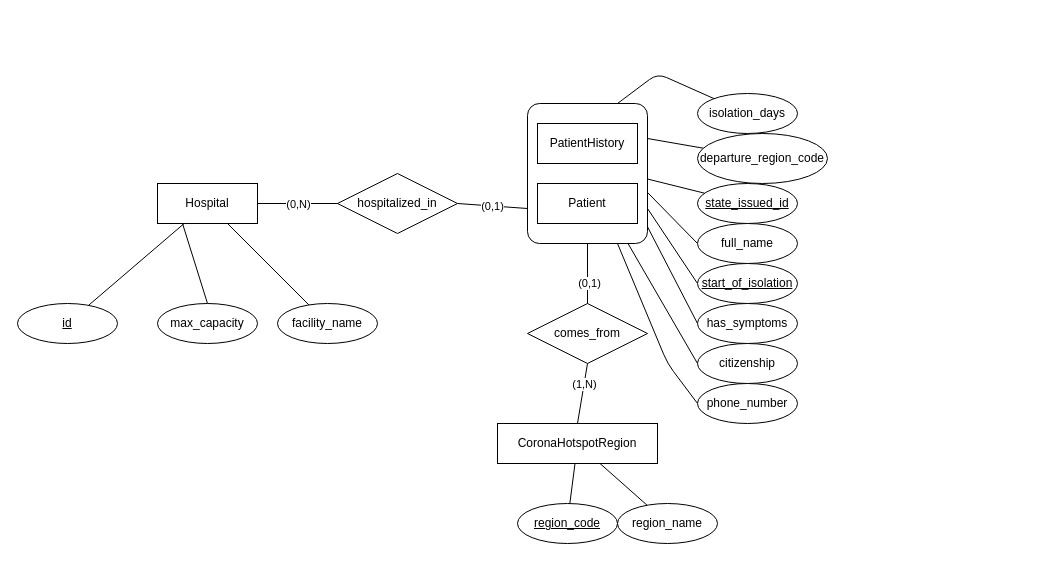
draganovik/CoronaIS keeps this draw.io diagram as docs/diagram-eer.drawio. Above is the earlier version. Source tidied: cells renumbered, new cells numbered last; positions are measured from the earlier drawing's top-left corner, leaving out a move shared by most shapes. Both pictures are drawn from the tidied source at 100%, with x=0, y=0 at pixel (17, 73).
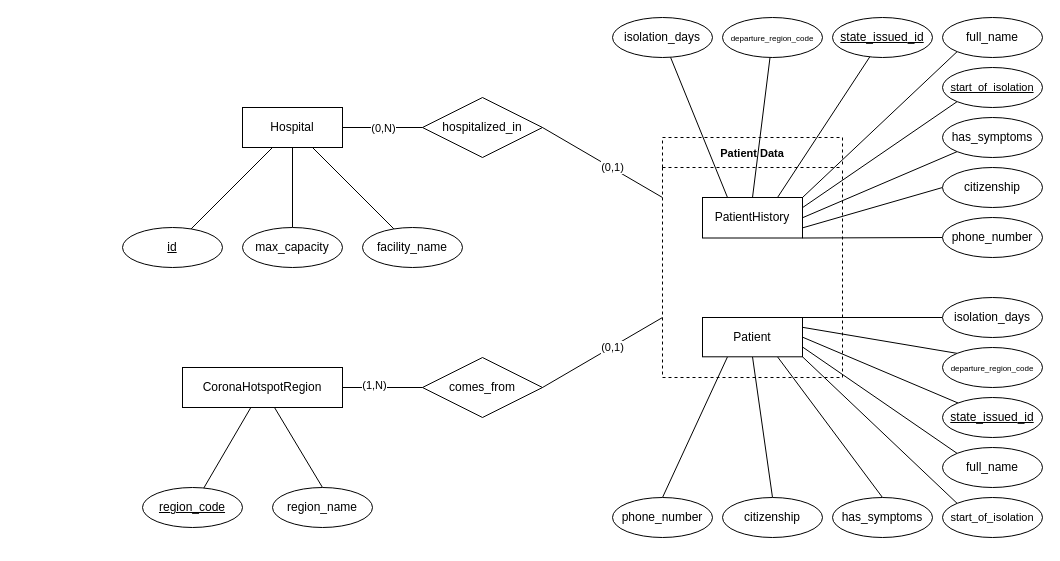
The same page after the edit.

Commit message (it also covers changes not shown here):
✏️ Cleaned up diagrams

Unchanged cells that the change refers to:
```xml
<mxCell id="5" style="endArrow=none;html=1;rounded=0;exitX=1;exitY=0.5;exitDx=0;exitDy=0;entryX=0;entryY=0.5;entryDx=0;entryDy=0;" parent="1" edge="1" source="3" target="4">
  <mxGeometry relative="1" as="geometry" />
</mxCell>
```

What changed in the source:
```diff
@@
-    <mxCell id="2" value="CoronaHotspotRegion" style="whiteSpace=wrap;html=1;align=center;" parent="1" vertex="1">
-      <mxGeometry x="480" y="350" width="160" height="40" as="geometry" />
+    <mxCell id="2" value="CoronaHotspotRegion" style="whiteSpace=wrap;html=1;align=center;rounded=0;" parent="1" vertex="1">
+      <mxGeometry x="165" y="294" width="160" height="40" as="geometry" />
     </mxCell>
-    <mxCell id="3" value="Hospital" style="whiteSpace=wrap;html=1;align=center;" parent="1" vertex="1">
-      <mxGeometry x="140" y="110" width="100" height="40" as="geometry" />
+    <mxCell id="3" value="Hospital" style="whiteSpace=wrap;html=1;align=center;rounded=0;" parent="1" vertex="1">
+      <mxGeometry x="225" y="34" width="100" height="40" as="geometry" />
     </mxCell>
-    <mxCell id="4" value="hospitalized_in" style="shape=rhombus;perimeter=rhombusPerimeter;whiteSpace=wrap;html=1;align=center;" parent="1" vertex="1">
-      <mxGeometry x="320" y="100" width="120" height="60" as="geometry" />
+    <mxCell id="4" value="hospitalized_in" style="shape=rhombus;perimeter=rhombusPerimeter;whiteSpace=wrap;html=1;align=center;rounded=0;" parent="1" vertex="1">
+      <mxGeometry x="405" y="24" width="120" height="60" as="geometry" />
     </mxCell>
@@
-    <mxCell id="6" value="(0,N)" style="edgeLabel;html=1;align=center;verticalAlign=middle;" parent="5" vertex="1">
+    <mxCell id="6" value="(0,N)" style="edgeLabel;html=1;align=center;verticalAlign=middle;rounded=0;" parent="5" vertex="1">
       <mxGeometry x="0.21" y="2" relative="1" as="geometry">
         <mxPoint x="-8" y="2" as="offset" />
       </mxGeometry>
     </mxCell>
-    <mxCell id="7" style="endArrow=none;html=1;rounded=0;exitX=1;exitY=0.5;exitDx=0;exitDy=0;entryX=0;entryY=0.75;entryDx=0;entryDy=0;" parent="1" edge="1" source="4" target="27">
+    <mxCell id="7" style="endArrow=none;html=1;rounded=0;exitX=1;exitY=0.5;exitDx=0;exitDy=0;entryX=0;entryY=0.25;entryDx=0;entryDy=0;" parent="1" edge="1" source="4" target="45">
       <mxGeometry relative="1" as="geometry" />
     </mxCell>
-    <mxCell id="8" value="(0,1)" style="edgeLabel;html=1;align=center;verticalAlign=middle;" parent="7" vertex="1">
+    <mxCell id="8" value="(0,1)" style="edgeLabel;html=1;align=center;verticalAlign=middle;rounded=0;" parent="7" vertex="1">
       <mxGeometry x="0.21" y="2" relative="1" as="geometry">
-        <mxPoint x="-8" y="2" as="offset" />
+        <mxPoint x="-4" y="-1" as="offset" />
       </mxGeometry>
     </mxCell>
-    <mxCell id="9" value="comes_from" style="shape=rhombus;perimeter=rhombusPerimeter;whiteSpace=wrap;html=1;align=center;" parent="1" vertex="1">
-      <mxGeometry x="510" y="230" width="120" height="60" as="geometry" />
+    <mxCell id="9" value="comes_from" style="shape=rhombus;perimeter=rhombusPerimeter;whiteSpace=wrap;html=1;align=center;rounded=0;" parent="1" vertex="1">
+      <mxGeometry x="405" y="284" width="120" height="60" as="geometry" />
     </mxCell>
-    <mxCell id="10" style="endArrow=none;html=1;rounded=0;entryX=0.5;entryY=1;entryDx=0;entryDy=0;exitX=0.5;exitY=0;exitDx=0;exitDy=0;" parent="1" edge="1" source="9" target="27">
+    <mxCell id="10" style="endArrow=none;html=1;rounded=0;entryX=0;entryY=0.75;entryDx=0;entryDy=0;exitX=1;exitY=0.5;exitDx=0;exitDy=0;" parent="1" edge="1" source="9" target="45">
       <mxGeometry relative="1" as="geometry" />
     </mxCell>
-    <mxCell id="11" value="(0,1)" style="edgeLabel;html=1;align=center;verticalAlign=middle;" parent="10" vertex="1">
-      <mxGeometry x="-0.31" y="-1" relative="1" as="geometry" />
+    <mxCell id="11" value="(0,1)" style="edgeLabel;html=1;align=center;verticalAlign=middle;rounded=0;" parent="10" vertex="1">
+      <mxGeometry x="-0.31" y="-1" relative="1" as="geometry">
+        <mxPoint x="28" y="-17" as="offset" />
+      </mxGeometry>
     </mxCell>
-    <mxCell id="12" style="endArrow=none;html=1;rounded=0;entryX=0.5;entryY=1;entryDx=0;entryDy=0;exitX=0.5;exitY=0;exitDx=0;exitDy=0;" parent="1" edge="1" source="2" target="9">
+    <mxCell id="12" style="endArrow=none;html=1;rounded=0;entryX=0;entryY=0.5;entryDx=0;entryDy=0;exitX=1;exitY=0.5;exitDx=0;exitDy=0;" parent="1" edge="1" source="2" target="9">
       <mxGeometry relative="1" as="geometry" />
     </mxCell>
-    <mxCell id="13" value="(1,N)" style="edgeLabel;html=1;align=center;verticalAlign=middle;" parent="12" vertex="1">
-      <mxGeometry x="0.3" relative="1" as="geometry" />
+    <mxCell id="13" value="(1,N)" style="edgeLabel;html=1;align=center;verticalAlign=middle;rounded=0;" parent="12" vertex="1">
+      <mxGeometry x="0.3" relative="1" as="geometry">
+        <mxPoint x="-21" y="-3" as="offset" />
+      </mxGeometry>
     </mxCell>
-    <mxCell id="14" style="edgeStyle=none;html=1;exitX=0.5;exitY=0;exitDx=0;exitDy=0;entryX=0.25;entryY=1;entryDx=0;entryDy=0;endArrow=none;endFill=0;" parent="1" edge="1" source="15" target="3">
+    <mxCell id="14" style="edgeStyle=none;html=1;exitX=0.5;exitY=0;exitDx=0;exitDy=0;entryX=0.5;entryY=1;entryDx=0;entryDy=0;endArrow=none;endFill=0;rounded=0;" parent="1" edge="1" source="15" target="3">
       <mxGeometry relative="1" as="geometry" />
     </mxCell>
-    <mxCell id="15" value="max_capacity" style="ellipse;whiteSpace=wrap;html=1;align=center;" parent="1" vertex="1">
-      <mxGeometry x="140" y="230" width="100" height="40" as="geometry" />
+    <mxCell id="15" value="max_capacity" style="ellipse;whiteSpace=wrap;html=1;align=center;rounded=0;" parent="1" vertex="1">
+      <mxGeometry x="225" y="154" width="100" height="40" as="geometry" />
     </mxCell>
-    <mxCell id="16" style="edgeStyle=none;html=1;endArrow=none;endFill=0;entryX=0.998;entryY=0.539;entryDx=0;entryDy=0;entryPerimeter=0;" parent="1" edge="1" source="17" target="27">
+    <mxCell id="16" style="edgeStyle=none;html=1;endArrow=none;endFill=0;entryX=1;entryY=0.5;entryDx=0;entryDy=0;rounded=0;" parent="1" edge="1" source="17" target="28">
       <mxGeometry relative="1" as="geometry" />
     </mxCell>
-    <mxCell id="17" value="&lt;u&gt;state_&lt;/u&gt;&lt;u&gt;issued&lt;/u&gt;&lt;u&gt;_id&lt;/u&gt;" style="ellipse;whiteSpace=wrap;html=1;align=center;" parent="1" vertex="1">
-      <mxGeometry x="680" y="110" width="100" height="40" as="geometry" />
+    <mxCell id="17" value="&lt;u&gt;state_&lt;/u&gt;&lt;u&gt;issued&lt;/u&gt;&lt;u&gt;_id&lt;/u&gt;" style="ellipse;whiteSpace=wrap;html=1;align=center;rounded=0;" parent="1" vertex="1">
+      <mxGeometry x="925" y="324" width="100" height="40" as="geometry" />
     </mxCell>
-    <mxCell id="18" style="edgeStyle=none;html=1;endArrow=none;endFill=0;entryX=1.003;entryY=0.638;entryDx=0;entryDy=0;exitX=0;exitY=0.5;exitDx=0;exitDy=0;entryPerimeter=0;" parent="1" edge="1" source="19" target="27">
+    <mxCell id="18" style="edgeStyle=none;html=1;endArrow=none;endFill=0;entryX=1;entryY=0.75;entryDx=0;entryDy=0;exitX=0;exitY=0;exitDx=0;exitDy=0;rounded=0;" parent="1" edge="1" source="19" target="28">
       <mxGeometry relative="1" as="geometry" />
     </mxCell>
-    <mxCell id="19" value="full_name" style="ellipse;whiteSpace=wrap;html=1;align=center;" parent="1" vertex="1">
-      <mxGeometry x="680" y="150" width="100" height="40" as="geometry" />
+    <mxCell id="19" value="full_name" style="ellipse;whiteSpace=wrap;html=1;align=center;rounded=0;" parent="1" vertex="1">
+      <mxGeometry x="925" y="374" width="100" height="40" as="geometry" />
     </mxCell>
-    <mxCell id="20" style="edgeStyle=none;html=1;entryX=1;entryY=0.75;entryDx=0;entryDy=0;endArrow=none;endFill=0;exitX=0;exitY=0.5;exitDx=0;exitDy=0;" parent="1" edge="1" source="21" target="27">
+    <mxCell id="20" style="edgeStyle=none;html=1;entryX=1;entryY=1;entryDx=0;entryDy=0;endArrow=none;endFill=0;exitX=0;exitY=0;exitDx=0;exitDy=0;rounded=0;" parent="1" edge="1" source="21" target="28">
       <mxGeometry relative="1" as="geometry" />
     </mxCell>
-    <mxCell id="21" value="&lt;u&gt;start_of_isolation&lt;/u&gt;" style="ellipse;whiteSpace=wrap;html=1;align=center;" parent="1" vertex="1">
-      <mxGeometry x="680" y="190" width="100" height="40" as="geometry" />
+    <mxCell id="21" value="&lt;font style=&quot;font-size: 11px&quot;&gt;start_of_isolation&lt;/font&gt;" style="ellipse;whiteSpace=wrap;html=1;align=center;rounded=0;" parent="1" vertex="1">
+      <mxGeometry x="925" y="424" width="100" height="40" as="geometry" />
     </mxCell>
-    <mxCell id="22" style="edgeStyle=none;html=1;endArrow=none;endFill=0;exitX=0;exitY=0.5;exitDx=0;exitDy=0;entryX=1.001;entryY=0.882;entryDx=0;entryDy=0;entryPerimeter=0;" parent="1" edge="1" source="23" target="27">
+    <mxCell id="22" style="edgeStyle=none;html=1;endArrow=none;endFill=0;exitX=0.5;exitY=0;exitDx=0;exitDy=0;entryX=0.75;entryY=1;entryDx=0;entryDy=0;rounded=0;" parent="1" edge="1" source="23" target="28">
       <mxGeometry relative="1" as="geometry" />
     </mxCell>
-    <mxCell id="23" value="has_symptoms" style="ellipse;whiteSpace=wrap;html=1;align=center;" parent="1" vertex="1">
-      <mxGeometry x="680" y="230" width="100" height="40" as="geometry" />
+    <mxCell id="23" value="has_symptoms" style="ellipse;whiteSpace=wrap;html=1;align=center;rounded=0;" parent="1" vertex="1">
+      <mxGeometry x="815" y="424" width="100" height="40" as="geometry" />
     </mxCell>
-    <mxCell id="24" style="edgeStyle=none;html=1;endArrow=none;endFill=0;exitX=0;exitY=0.5;exitDx=0;exitDy=0;" parent="1" edge="1" source="25" target="27">
+    <mxCell id="24" style="edgeStyle=none;html=1;endArrow=none;endFill=0;exitX=0.5;exitY=0;exitDx=0;exitDy=0;entryX=0.5;entryY=1;entryDx=0;entryDy=0;rounded=0;" parent="1" edge="1" source="25" target="28">
       <mxGeometry relative="1" as="geometry" />
     </mxCell>
-    <mxCell id="25" value=" citizenship" style="ellipse;whiteSpace=wrap;html=1;align=center;" parent="1" vertex="1">
-      <mxGeometry x="680" y="270" width="100" height="40" as="geometry" />
+    <mxCell id="25" value=" citizenship" style="ellipse;whiteSpace=wrap;html=1;align=center;rounded=0;" parent="1" vertex="1">
+      <mxGeometry x="705" y="424" width="100" height="40" as="geometry" />
     </mxCell>
-    <mxCell id="26" style="group;" parent="1" vertex="1">
-      <mxGeometry x="510" y="20" width="120" height="150" as="geometry" />
-    </mxCell>
-    <mxCell id="27" style="rounded=1;arcSize=10;whiteSpace=wrap;html=1;align=center;" parent="26" vertex="1">
-      <mxGeometry y="10" width="120" height="140" as="geometry" />
-    </mxCell>
-    <mxCell id="28" value="Patient" style="whiteSpace=wrap;html=1;align=center;" parent="26" vertex="1">
-      <mxGeometry x="10" y="90" width="100" height="40" as="geometry" />
-    </mxCell>
-    <mxCell id="29" value="PatientHistory" style="whiteSpace=wrap;html=1;align=center;" parent="26" vertex="1">
-      <mxGeometry x="10" y="30" width="100" height="40" as="geometry" />
-    </mxCell>
-    <mxCell id="30" style="edgeStyle=none;html=1;endArrow=none;endFill=0;entryX=1;entryY=0.25;entryDx=0;entryDy=0;" parent="1" edge="1" source="31" target="27">
+    <mxCell id="30" style="edgeStyle=none;html=1;endArrow=none;endFill=0;entryX=1;entryY=0.25;entryDx=0;entryDy=0;exitX=0;exitY=0;exitDx=0;exitDy=0;rounded=0;" parent="1" edge="1" source="31" target="28">
       <mxGeometry relative="1" as="geometry" />
     </mxCell>
-    <mxCell id="31" value="departure_region_code" style="ellipse;whiteSpace=wrap;html=1;align=center;" parent="1" vertex="1">
-      <mxGeometry x="680" y="60" width="130" height="50" as="geometry" />
+    <mxCell id="31" value="&lt;font style=&quot;font-size: 8px&quot;&gt;departure_region_code&lt;/font&gt;" style="ellipse;whiteSpace=wrap;html=1;align=center;rounded=0;" parent="1" vertex="1">
+      <mxGeometry x="925" y="274" width="100" height="40" as="geometry" />
     </mxCell>
-    <mxCell id="32" style="edgeStyle=none;html=1;endArrow=none;endFill=0;" parent="1" edge="1" source="33" target="2">
+    <mxCell id="32" style="edgeStyle=none;html=1;endArrow=none;endFill=0;rounded=0;" parent="1" edge="1" source="33" target="2">
       <mxGeometry relative="1" as="geometry" />
     </mxCell>
-    <mxCell id="33" value="&lt;u&gt;region_code&lt;/u&gt;" style="ellipse;whiteSpace=wrap;html=1;align=center;" parent="1" vertex="1">
-      <mxGeometry x="500" y="430" width="100" height="40" as="geometry" />
+    <mxCell id="33" value="&lt;u&gt;region_code&lt;/u&gt;" style="ellipse;whiteSpace=wrap;html=1;align=center;rounded=0;" parent="1" vertex="1">
+      <mxGeometry x="125" y="414" width="100" height="40" as="geometry" />
     </mxCell>
-    <mxCell id="34" style="edgeStyle=none;html=1;endArrow=none;endFill=0;" parent="1" edge="1" source="35" target="2">
+    <mxCell id="34" style="edgeStyle=none;html=1;endArrow=none;endFill=0;exitX=0.5;exitY=0;exitDx=0;exitDy=0;rounded=0;" parent="1" edge="1" source="35" target="2">
       <mxGeometry relative="1" as="geometry" />
     </mxCell>
-    <mxCell id="35" value="region_name" style="ellipse;whiteSpace=wrap;html=1;align=center;" parent="1" vertex="1">
-      <mxGeometry x="600" y="430" width="100" height="40" as="geometry" />
+    <mxCell id="35" value="region_name" style="ellipse;whiteSpace=wrap;html=1;align=center;rounded=0;" parent="1" vertex="1">
+      <mxGeometry x="255" y="414" width="100" height="40" as="geometry" />
     </mxCell>
-    <mxCell id="36" style="edgeStyle=none;html=1;endArrow=none;endFill=0;" parent="1" edge="1" source="37" target="3">
+    <mxCell id="36" style="edgeStyle=none;html=1;endArrow=none;endFill=0;rounded=0;" parent="1" edge="1" source="37" target="3">
       <mxGeometry relative="1" as="geometry" />
     </mxCell>
-    <mxCell id="37" value="id" style="ellipse;whiteSpace=wrap;html=1;align=center;fontStyle=4;" parent="1" vertex="1">
-      <mxGeometry y="230" width="100" height="40" as="geometry" />
+    <mxCell id="37" value="id" style="ellipse;whiteSpace=wrap;html=1;align=center;fontStyle=4;rounded=0;" parent="1" vertex="1">
+      <mxGeometry x="105" y="154" width="100" height="40" as="geometry" />
     </mxCell>
-    <mxCell id="38" style="edgeStyle=none;html=1;endArrow=none;endFill=0;" parent="1" edge="1" source="39" target="3">
+    <mxCell id="38" style="edgeStyle=none;html=1;endArrow=none;endFill=0;rounded=0;" parent="1" edge="1" source="39" target="3">
       <mxGeometry relative="1" as="geometry" />
     </mxCell>
-    <mxCell id="39" value="facility_name" style="ellipse;whiteSpace=wrap;html=1;align=center;" parent="1" vertex="1">
-      <mxGeometry x="260" y="230" width="100" height="40" as="geometry" />
+    <mxCell id="39" value="facility_name" style="ellipse;whiteSpace=wrap;html=1;align=center;rounded=0;" parent="1" vertex="1">
+      <mxGeometry x="345" y="154" width="100" height="40" as="geometry" />
     </mxCell>
-    <mxCell id="40" style="edgeStyle=none;html=1;endArrow=none;endFill=0;entryX=0.75;entryY=1;entryDx=0;entryDy=0;exitX=0;exitY=0.5;exitDx=0;exitDy=0;" parent="1" edge="1" source="41" target="27">
-      <mxGeometry relative="1" as="geometry">
-        <Array as="points">
-          <mxPoint x="650" y="290" />
-        </Array>
-      </mxGeometry>
+    <mxCell id="40" style="edgeStyle=none;html=1;endArrow=none;endFill=0;entryX=0.25;entryY=1;entryDx=0;entryDy=0;exitX=0.5;exitY=0;exitDx=0;exitDy=0;rounded=0;" parent="1" edge="1" source="41" target="28">
+      <mxGeometry relative="1" as="geometry" />
     </mxCell>
-    <mxCell id="41" value=" phone_number" style="ellipse;whiteSpace=wrap;html=1;align=center;" parent="1" vertex="1">
-      <mxGeometry x="680" y="310" width="100" height="40" as="geometry" />
+    <mxCell id="41" value=" phone_number" style="ellipse;whiteSpace=wrap;html=1;align=center;rounded=0;" parent="1" vertex="1">
+      <mxGeometry x="595" y="424" width="100" height="40" as="geometry" />
     </mxCell>
-    <mxCell id="42" style="edgeStyle=none;html=1;endArrow=none;endFill=0;entryX=0.75;entryY=0;entryDx=0;entryDy=0;" parent="1" edge="1" source="43" target="27">
-      <mxGeometry relative="1" as="geometry">
-        <Array as="points">
-          <mxPoint x="640" />
-        </Array>
-      </mxGeometry>
-    </mxCell>
+    <mxCell id="44" style="edgeStyle=none;html=1;fontSize=11;endArrow=none;endFill=0;entryX=1;entryY=0;entryDx=0;entryDy=0;rounded=0;" parent="1" edge="1" source="43" target="28">
+      <mxGeometry relative="1" as="geometry" />
+    </mxCell>
-    <mxCell id="43" value=" isolation_days" style="ellipse;whiteSpace=wrap;html=1;align=center;" parent="1" vertex="1">
-      <mxGeometry x="680" y="20" width="100" height="40" as="geometry" />
+    <mxCell id="43" value=" isolation_days" style="ellipse;whiteSpace=wrap;html=1;align=center;rounded=0;" parent="1" vertex="1">
+      <mxGeometry x="925" y="224" width="100" height="40" as="geometry" />
     </mxCell>
+    <mxCell id="45" value="Patient Data" style="swimlane;dashed=1;fontSize=11;gradientColor=none;startSize=30;rounded=0;" parent="1" vertex="1">
+      <mxGeometry x="645" y="64" width="180" height="240" as="geometry" />
+    </mxCell>
+    <mxCell id="28" value="Patient" style="whiteSpace=wrap;html=1;align=center;rounded=0;" parent="45" vertex="1">
+      <mxGeometry x="40" y="180" width="100" height="39.3" as="geometry" />
+    </mxCell>
+    <mxCell id="29" value="PatientHistory" style="whiteSpace=wrap;html=1;align=center;rounded=0;" parent="45" vertex="1">
+      <mxGeometry x="40" y="60" width="100" height="40.5" as="geometry" />
+    </mxCell>
+    <mxCell id="46" style="edgeStyle=none;html=1;entryX=0.75;entryY=0;entryDx=0;entryDy=0;fontSize=11;endArrow=none;endFill=0;rounded=0;" parent="1" edge="1" source="47" target="29">
+      <mxGeometry relative="1" as="geometry" />
+    </mxCell>
+    <mxCell id="47" value="&lt;u&gt;state_&lt;/u&gt;&lt;u&gt;issued&lt;/u&gt;&lt;u&gt;_id&lt;/u&gt;" style="ellipse;whiteSpace=wrap;html=1;align=center;rounded=0;" parent="1" vertex="1">
+      <mxGeometry x="815" y="-56" width="100" height="40" as="geometry" />
+    </mxCell>
+    <mxCell id="48" style="edgeStyle=none;html=1;entryX=1;entryY=0;entryDx=0;entryDy=0;fontSize=11;endArrow=none;endFill=0;exitX=0;exitY=1;exitDx=0;exitDy=0;rounded=0;" parent="1" edge="1" source="49" target="29">
+      <mxGeometry relative="1" as="geometry" />
+    </mxCell>
+    <mxCell id="49" value="full_name" style="ellipse;whiteSpace=wrap;html=1;align=center;rounded=0;" parent="1" vertex="1">
+      <mxGeometry x="925" y="-56" width="100" height="40" as="geometry" />
+    </mxCell>
+    <mxCell id="50" style="edgeStyle=none;html=1;entryX=1;entryY=0.25;entryDx=0;entryDy=0;fontSize=11;endArrow=none;endFill=0;exitX=0;exitY=1;exitDx=0;exitDy=0;rounded=0;" parent="1" edge="1" source="51" target="29">
+      <mxGeometry relative="1" as="geometry" />
+    </mxCell>
+    <mxCell id="51" value="&lt;font style=&quot;font-size: 11px&quot;&gt;&lt;u&gt;start_of_isolation&lt;/u&gt;&lt;/font&gt;" style="ellipse;whiteSpace=wrap;html=1;align=center;rounded=0;" parent="1" vertex="1">
+      <mxGeometry x="925" y="-6" width="100" height="40" as="geometry" />
+    </mxCell>
+    <mxCell id="52" style="edgeStyle=none;html=1;entryX=1;entryY=0.5;entryDx=0;entryDy=0;fontSize=11;endArrow=none;endFill=0;exitX=0;exitY=1;exitDx=0;exitDy=0;rounded=0;" parent="1" edge="1" source="53" target="29">
+      <mxGeometry relative="1" as="geometry" />
+    </mxCell>
+    <mxCell id="53" value="has_symptoms" style="ellipse;whiteSpace=wrap;html=1;align=center;rounded=0;" parent="1" vertex="1">
+      <mxGeometry x="925" y="44" width="100" height="40" as="geometry" />
+    </mxCell>
+    <mxCell id="54" style="edgeStyle=none;html=1;entryX=1;entryY=0.75;entryDx=0;entryDy=0;fontSize=11;endArrow=none;endFill=0;exitX=0;exitY=0.5;exitDx=0;exitDy=0;rounded=0;" parent="1" edge="1" source="55" target="29">
+      <mxGeometry relative="1" as="geometry" />
+    </mxCell>
+    <mxCell id="55" value=" citizenship" style="ellipse;whiteSpace=wrap;html=1;align=center;rounded=0;" parent="1" vertex="1">
+      <mxGeometry x="925" y="94" width="100" height="40" as="geometry" />
+    </mxCell>
+    <mxCell id="56" style="edgeStyle=none;html=1;entryX=0.5;entryY=0;entryDx=0;entryDy=0;fontSize=11;endArrow=none;endFill=0;rounded=0;" parent="1" edge="1" source="57" target="29">
+      <mxGeometry relative="1" as="geometry" />
+    </mxCell>
+    <mxCell id="57" value="&lt;font style=&quot;font-size: 8px&quot;&gt;departure_region_code&lt;/font&gt;" style="ellipse;whiteSpace=wrap;html=1;align=center;rounded=0;" parent="1" vertex="1">
+      <mxGeometry x="705" y="-56" width="100" height="40" as="geometry" />
+    </mxCell>
+    <mxCell id="58" style="edgeStyle=none;html=1;entryX=1;entryY=1;entryDx=0;entryDy=0;fontSize=11;endArrow=none;endFill=0;rounded=0;" parent="1" edge="1" source="59" target="29">
+      <mxGeometry relative="1" as="geometry" />
+    </mxCell>
+    <mxCell id="59" value=" phone_number" style="ellipse;whiteSpace=wrap;html=1;align=center;rounded=0;" parent="1" vertex="1">
+      <mxGeometry x="925" y="144" width="100" height="40" as="geometry" />
+    </mxCell>
+    <mxCell id="60" style="edgeStyle=none;html=1;entryX=0.25;entryY=0;entryDx=0;entryDy=0;fontSize=11;endArrow=none;endFill=0;rounded=0;" parent="1" edge="1" source="61" target="29">
+      <mxGeometry relative="1" as="geometry" />
+    </mxCell>
+    <mxCell id="61" value=" isolation_days" style="ellipse;whiteSpace=wrap;html=1;align=center;rounded=0;" parent="1" vertex="1">
+      <mxGeometry x="595" y="-56" width="100" height="40" as="geometry" />
+    </mxCell>
```
